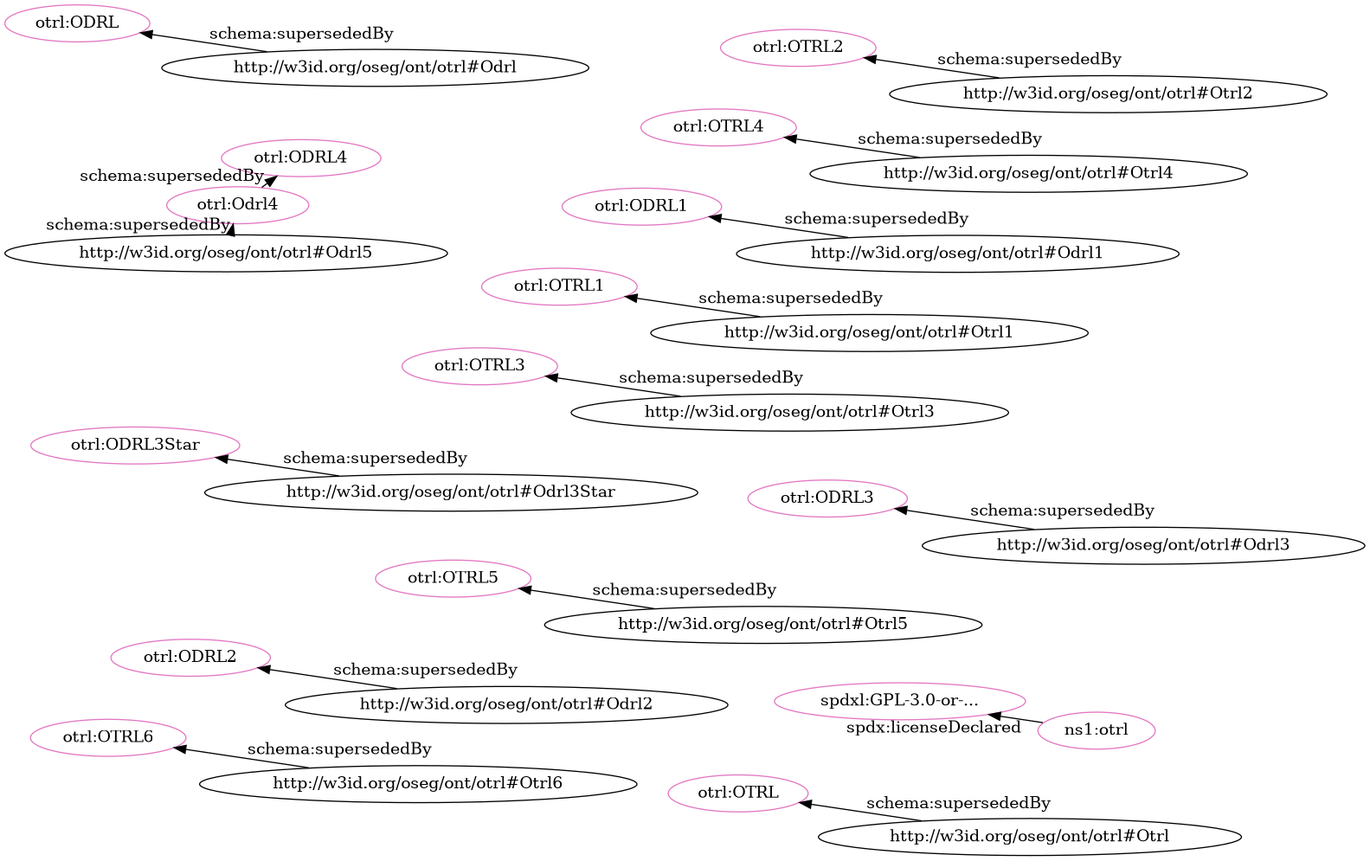
Earlier version of the Graphviz export src/spec/dot_otrl_deprecated-clean.png (iop-alliance/OpenKnowHow). Its source is kept beside it as src/spec/dot_otrl_deprecated-clean.dot.
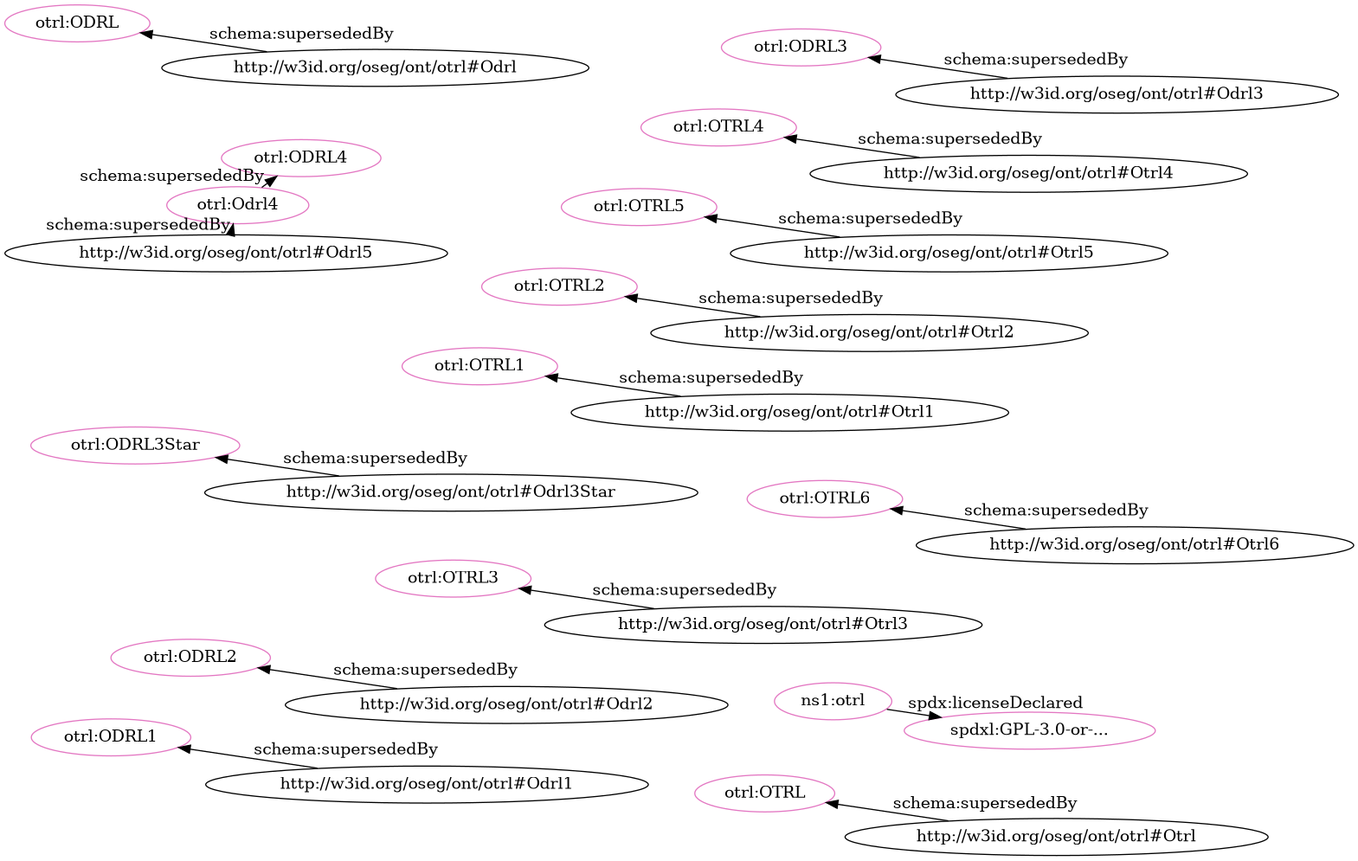
The same diagram one commit later.

Diff of the diagram source:
```diff
@@ -1,35 +1,35 @@
 digraph G {
   rankdir=BT
   node[height=.3]
-"http://spdx.org/licenses/GPL-3.0-or-later" [fillcolor="#e377c2" color="#e377c2" label="spdxl:GPL-3.0-or-..."]
+"http://w3id.org/oseg/ont/otrl#OTRL1" [fillcolor="#e377c2" color="#e377c2" label="otrl:OTRL1"]
+"http://w3id.org/oseg/ont/otrl#Odrl4" [fillcolor="#e377c2" color="#e377c2" label="otrl:Odrl4"]
+"http://w3id.org/oseg/ont/otrl#OTRL2" [fillcolor="#e377c2" color="#e377c2" label="otrl:OTRL2"]
+"http://w3id.org/oseg/ont/otrl#ODRL" [fillcolor="#e377c2" color="#e377c2" label="otrl:ODRL"]
 "http://w3id.org/oseg/ont/otrl#OTRL3" [fillcolor="#e377c2" color="#e377c2" label="otrl:OTRL3"]
-"http://w3id.org/oseg/ont/otrl#OTRL1" [fillcolor="#e377c2" color="#e377c2" label="otrl:OTRL1"]
 "http://w3id.org/oseg/ont/otrl#OTRL5" [fillcolor="#e377c2" color="#e377c2" label="otrl:OTRL5"]
+"http://w3id.org/oseg/ont/otrl#OTRL4" [fillcolor="#e377c2" color="#e377c2" label="otrl:OTRL4"]
+"http://w3id.org/oseg/ont/otrl" [fillcolor="#e377c2" color="#e377c2" label="ns1:otrl"]
+"http://w3id.org/oseg/ont/otrl#ODRL2" [fillcolor="#e377c2" color="#e377c2" label="otrl:ODRL2"]
+"http://w3id.org/oseg/ont/otrl#ODRL3" [fillcolor="#e377c2" color="#e377c2" label="otrl:ODRL3"]
+"http://w3id.org/oseg/ont/otrl#ODRL4" [fillcolor="#e377c2" color="#e377c2" label="otrl:ODRL4"]
+"http://w3id.org/oseg/ont/otrl#OTRL" [fillcolor="#e377c2" color="#e377c2" label="otrl:OTRL"]
 "http://w3id.org/oseg/ont/otrl#ODRL3Star" [fillcolor="#e377c2" color="#e377c2" label="otrl:ODRL3Star"]
 "http://w3id.org/oseg/ont/otrl#ODRL1" [fillcolor="#e377c2" color="#e377c2" label="otrl:ODRL1"]
-"http://w3id.org/oseg/ont/otrl#OTRL4" [fillcolor="#e377c2" color="#e377c2" label="otrl:OTRL4"]
-"http://w3id.org/oseg/ont/otrl#ODRL2" [fillcolor="#e377c2" color="#e377c2" label="otrl:ODRL2"]
-"http://w3id.org/oseg/ont/otrl#Odrl4" [fillcolor="#e377c2" color="#e377c2" label="otrl:Odrl4"]
-"http://w3id.org/oseg/ont/otrl#OTRL2" [fillcolor="#e377c2" color="#e377c2" label="otrl:OTRL2"]
 "http://w3id.org/oseg/ont/otrl#OTRL6" [fillcolor="#e377c2" color="#e377c2" label="otrl:OTRL6"]
-"http://w3id.org/oseg/ont/otrl#ODRL4" [fillcolor="#e377c2" color="#e377c2" label="otrl:ODRL4"]
-"http://w3id.org/oseg/ont/otrl#OTRL" [fillcolor="#e377c2" color="#e377c2" label="otrl:OTRL"]
-"http://w3id.org/oseg/ont/otrl" [fillcolor="#e377c2" color="#e377c2" label="ns1:otrl"]
-"http://w3id.org/oseg/ont/otrl#ODRL3" [fillcolor="#e377c2" color="#e377c2" label="otrl:ODRL3"]
-"http://w3id.org/oseg/ont/otrl#ODRL" [fillcolor="#e377c2" color="#e377c2" label="otrl:ODRL"]
-  "http://w3id.org/oseg/ont/otrl" -> "http://spdx.org/licenses/GPL-3.0-or-later" [label="spdx:licenseDeclared"]
+"http://spdx.org/licenses/GPL-3.0-or-later" [fillcolor="#e377c2" color="#e377c2" label="spdxl:GPL-3.0-or-..."]
   "http://w3id.org/oseg/ont/otrl#Otrl1" -> "http://w3id.org/oseg/ont/otrl#OTRL1" [label="schema:supersededBy"]
+  "http://w3id.org/oseg/ont/otrl#Odrl5" -> "http://w3id.org/oseg/ont/otrl#Odrl4" [label="schema:supersededBy"]
+  "http://w3id.org/oseg/ont/otrl#Otrl2" -> "http://w3id.org/oseg/ont/otrl#OTRL2" [label="schema:supersededBy"]
+  "http://w3id.org/oseg/ont/otrl#Odrl" -> "http://w3id.org/oseg/ont/otrl#ODRL" [label="schema:supersededBy"]
+  "http://w3id.org/oseg/ont/otrl#Otrl3" -> "http://w3id.org/oseg/ont/otrl#OTRL3" [label="schema:supersededBy"]
   "http://w3id.org/oseg/ont/otrl#Otrl5" -> "http://w3id.org/oseg/ont/otrl#OTRL5" [label="schema:supersededBy"]
+  "http://w3id.org/oseg/ont/otrl#Otrl6" -> "http://w3id.org/oseg/ont/otrl#OTRL6" [label="schema:supersededBy"]
+  "http://w3id.org/oseg/ont/otrl#Otrl4" -> "http://w3id.org/oseg/ont/otrl#OTRL4" [label="schema:supersededBy"]
+  "http://w3id.org/oseg/ont/otrl#Odrl2" -> "http://w3id.org/oseg/ont/otrl#ODRL2" [label="schema:supersededBy"]
+  "http://w3id.org/oseg/ont/otrl#Odrl3" -> "http://w3id.org/oseg/ont/otrl#ODRL3" [label="schema:supersededBy"]
+  "http://w3id.org/oseg/ont/otrl#Odrl4" -> "http://w3id.org/oseg/ont/otrl#ODRL4" [label="schema:supersededBy"]
+  "http://w3id.org/oseg/ont/otrl#Otrl" -> "http://w3id.org/oseg/ont/otrl#OTRL" [label="schema:supersededBy"]
   "http://w3id.org/oseg/ont/otrl#Odrl3Star" -> "http://w3id.org/oseg/ont/otrl#ODRL3Star" [label="schema:supersededBy"]
   "http://w3id.org/oseg/ont/otrl#Odrl1" -> "http://w3id.org/oseg/ont/otrl#ODRL1" [label="schema:supersededBy"]
-  "http://w3id.org/oseg/ont/otrl#Otrl4" -> "http://w3id.org/oseg/ont/otrl#OTRL4" [label="schema:supersededBy"]
-  "http://w3id.org/oseg/ont/otrl#Odrl2" -> "http://w3id.org/oseg/ont/otrl#ODRL2" [label="schema:supersededBy"]
-  "http://w3id.org/oseg/ont/otrl#Odrl5" -> "http://w3id.org/oseg/ont/otrl#Odrl4" [label="schema:supersededBy"]
-  "http://w3id.org/oseg/ont/otrl#Otrl2" -> "http://w3id.org/oseg/ont/otrl#OTRL2" [label="schema:supersededBy"]
-  "http://w3id.org/oseg/ont/otrl#Otrl6" -> "http://w3id.org/oseg/ont/otrl#OTRL6" [label="schema:supersededBy"]
-  "http://w3id.org/oseg/ont/otrl#Odrl4" -> "http://w3id.org/oseg/ont/otrl#ODRL4" [label="schema:supersededBy"]
-  "http://w3id.org/oseg/ont/otrl#Otrl" -> "http://w3id.org/oseg/ont/otrl#OTRL" [label="schema:supersededBy"]
-  "http://w3id.org/oseg/ont/otrl#Odrl3" -> "http://w3id.org/oseg/ont/otrl#ODRL3" [label="schema:supersededBy"]
-  "http://w3id.org/oseg/ont/otrl#Odrl" -> "http://w3id.org/oseg/ont/otrl#ODRL" [label="schema:supersededBy"]
-  "http://w3id.org/oseg/ont/otrl#Otrl3" -> "http://w3id.org/oseg/ont/otrl#OTRL3" [label="schema:supersededBy"]
+  "http://w3id.org/oseg/ont/otrl" -> "http://spdx.org/licenses/GPL-3.0-or-later" [label="spdx:licenseDeclared"]
 }
```
